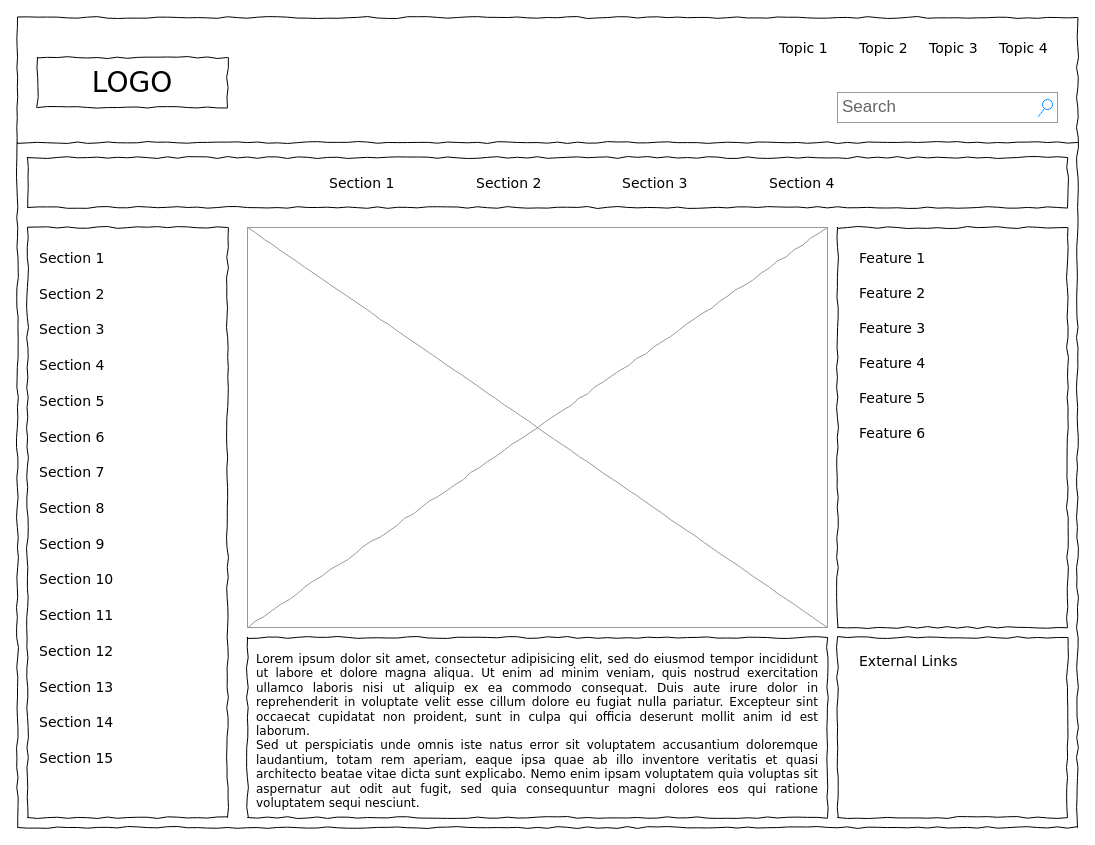
Before: Untitled Diagram.drawio in jonisrael/SavvyHomework, a draw.io diagram. Source tidied: cells renumbered, new cells numbered last; positions are measured from the earlier drawing's top-left corner, leaving out a move shared by most shapes. Both pictures are drawn from the tidied source at 100%, with x=0, y=0 at pixel (17, 17).
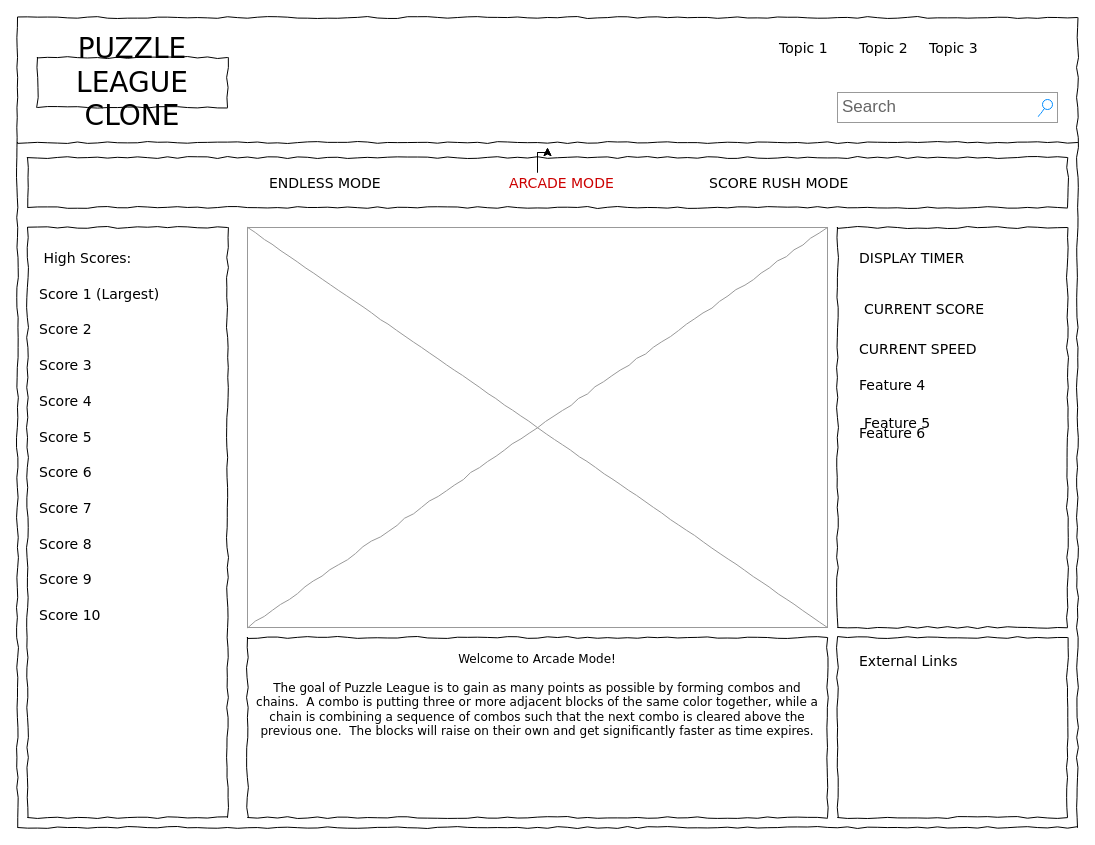
After the change.

Commit message:
Update JonPuzzleLeagueArcade Wireframe

The change refers to these unchanged cells:
```xml
<mxCell id="10" style="line;strokeWidth=1;html=1;rounded=0;shadow=0;labelBackgroundColor=none;fillColor=none;fontFamily=Verdana;fontSize=14;fontColor=#000000;align=center;comic=1;" parent="1" vertex="1">
  <mxGeometry y="120" width="1060" height="10" as="geometry" />
</mxCell>
```

Diff of the diagram source:
```diff
@@
-    <mxCell id="3" value="LOGO" style="whiteSpace=wrap;html=1;rounded=0;shadow=0;labelBackgroundColor=none;strokeWidth=1;fontFamily=Verdana;fontSize=28;align=center;comic=1;" parent="1" vertex="1">
+    <mxCell id="3" value="PUZZLE LEAGUE CLONE" style="whiteSpace=wrap;html=1;rounded=0;shadow=0;labelBackgroundColor=none;strokeWidth=1;fontFamily=Verdana;fontSize=28;align=center;comic=1;" parent="1" vertex="1">
       <mxGeometry x="20" y="40" width="190" height="50" as="geometry" />
     </mxCell>
@@
-    <mxCell id="8" value="Topic 4" style="text;html=1;align=left;verticalAlign=top;spacingTop=-4;fontSize=14;fontFamily=Verdana;" parent="1" vertex="1">
-      <mxGeometry x="980" y="20" width="60" height="20" as="geometry" />
-    </mxCell>
@@
-    <mxCell id="12" value="Section 1" style="text;html=1;align=left;verticalAlign=top;spacingTop=-4;fontSize=14;fontFamily=Verdana;" parent="1" vertex="1">
-      <mxGeometry x="310" y="155" width="60" height="20" as="geometry" />
+    <mxCell id="12" value="ENDLESS MODE" style="text;html=1;align=left;verticalAlign=top;spacingTop=-4;fontSize=14;fontFamily=Verdana;" parent="1" vertex="1">
+      <mxGeometry x="250" y="155" width="60" height="20" as="geometry" />
     </mxCell>
+    <mxCell id="42" style="edgeStyle=orthogonalEdgeStyle;rounded=0;jettySize=auto;html=1;" parent="1" edge="1" source="13" target="10">
+      <mxGeometry relative="1" as="geometry" />
+    </mxCell>
+    <mxCell id="43" style="edgeStyle=orthogonalEdgeStyle;rounded=0;jettySize=auto;html=1;" parent="1" edge="1" source="13" target="10">
+      <mxGeometry relative="1" as="geometry" />
+    </mxCell>
-    <mxCell id="13" value="Section 2" style="text;html=1;points=[];align=left;verticalAlign=top;spacingTop=-4;fontSize=14;fontFamily=Verdana;" parent="1" vertex="1">
-      <mxGeometry x="457" y="155" width="60" height="20" as="geometry" />
+    <mxCell id="13" value="ARCADE MODE" style="text;html=1;points=[];align=left;verticalAlign=top;spacingTop=-4;fontSize=14;fontFamily=Verdana;fontColor=#CC0000;" parent="1" vertex="1">
+      <mxGeometry x="490" y="155" width="60" height="20" as="geometry" />
     </mxCell>
-    <mxCell id="14" value="Section 3" style="text;html=1;align=left;verticalAlign=top;spacingTop=-4;fontSize=14;fontFamily=Verdana;" parent="1" vertex="1">
-      <mxGeometry x="603" y="155" width="60" height="20" as="geometry" />
+    <mxCell id="14" value="SCORE RUSH MODE" style="text;html=1;align=left;verticalAlign=top;spacingTop=-4;fontSize=14;fontFamily=Verdana;" parent="1" vertex="1">
+      <mxGeometry x="690" y="155" width="60" height="20" as="geometry" />
     </mxCell>
-    <mxCell id="15" value="Section 4" style="text;html=1;align=left;verticalAlign=top;spacingTop=-4;fontSize=14;fontFamily=Verdana;" parent="1" vertex="1">
-      <mxGeometry x="750" y="155" width="60" height="20" as="geometry" />
-    </mxCell>
-    <mxCell id="16" value="&lt;div style=&quot;text-align: justify&quot;&gt;&lt;span&gt;Lorem ipsum dolor sit amet, consectetur adipisicing elit, sed do eiusmod tempor incididunt ut labore et dolore magna aliqua. Ut enim ad minim veniam, quis nostrud exercitation ullamco laboris nisi ut aliquip ex ea commodo consequat. Duis aute irure dolor in reprehenderit in voluptate velit esse cillum dolore eu fugiat nulla pariatur. Excepteur sint occaecat cupidatat non proident, sunt in culpa qui officia deserunt mollit anim id est laborum.&lt;/span&gt;&lt;/div&gt;&lt;div style=&quot;text-align: justify&quot;&gt;&lt;span&gt;Sed ut perspiciatis unde omnis iste natus error sit voluptatem accusantium doloremque laudantium, totam rem aperiam, eaque ipsa quae ab illo inventore veritatis et quasi architecto beatae vitae dicta sunt explicabo. Nemo enim ipsam voluptatem quia voluptas sit aspernatur aut odit aut fugit, sed quia consequuntur magni dolores eos qui ratione voluptatem sequi nesciunt.&amp;nbsp;&lt;/span&gt;&lt;/div&gt;" style="whiteSpace=wrap;html=1;rounded=0;shadow=0;labelBackgroundColor=none;strokeWidth=1;fillColor=none;fontFamily=Verdana;fontSize=12;align=center;verticalAlign=top;spacing=10;comic=1;" parent="1" vertex="1">
+    <mxCell id="16" value="&lt;div&gt;Welcome to Arcade Mode!&lt;/div&gt;&lt;div&gt;&lt;br&gt;&lt;/div&gt;&lt;div&gt;The goal of Puzzle League is to gain as many points as possible by forming combos and chains.&amp;nbsp; A combo is putting three or more adjacent blocks of the same color together, while a chain is combining a sequence of combos such that the next combo is cleared above the previous one.&amp;nbsp; The blocks will raise on their own and get significantly faster as time expires.&lt;/div&gt;" style="whiteSpace=wrap;html=1;rounded=0;shadow=0;labelBackgroundColor=none;strokeWidth=1;fillColor=none;fontFamily=Verdana;fontSize=12;align=center;verticalAlign=top;spacing=10;comic=1;" parent="1" vertex="1">
       <mxGeometry x="230" y="620" width="580" height="180" as="geometry" />
     </mxCell>
@@
-    <mxCell id="20" value="Section 1" style="text;html=1;align=left;verticalAlign=top;spacingTop=-4;fontSize=14;fontFamily=Verdana;" parent="1" vertex="1">
+    <mxCell id="20" value="&amp;nbsp;High Scores:" style="text;html=1;align=left;verticalAlign=top;spacingTop=-4;fontSize=14;fontFamily=Verdana;" parent="1" vertex="1">
       <mxGeometry x="20" y="230" width="170" height="20" as="geometry" />
     </mxCell>
-    <mxCell id="21" value="Section 2" style="text;html=1;align=left;verticalAlign=top;spacingTop=-4;fontSize=14;fontFamily=Verdana;" parent="1" vertex="1">
+    <mxCell id="21" value="Score 1 (Largest)" style="text;html=1;align=left;verticalAlign=top;spacingTop=-4;fontSize=14;fontFamily=Verdana;" parent="1" vertex="1">
       <mxGeometry x="20" y="266" width="170" height="20" as="geometry" />
     </mxCell>
-    <mxCell id="22" value="Section 3" style="text;html=1;align=left;verticalAlign=top;spacingTop=-4;fontSize=14;fontFamily=Verdana;" parent="1" vertex="1">
+    <mxCell id="22" value="Score 2" style="text;html=1;align=left;verticalAlign=top;spacingTop=-4;fontSize=14;fontFamily=Verdana;" parent="1" vertex="1">
       <mxGeometry x="20" y="301" width="170" height="20" as="geometry" />
     </mxCell>
-    <mxCell id="23" value="Section 4" style="text;html=1;align=left;verticalAlign=top;spacingTop=-4;fontSize=14;fontFamily=Verdana;" parent="1" vertex="1">
+    <mxCell id="23" value="Score 3" style="text;html=1;align=left;verticalAlign=top;spacingTop=-4;fontSize=14;fontFamily=Verdana;" parent="1" vertex="1">
       <mxGeometry x="20" y="337" width="170" height="20" as="geometry" />
     </mxCell>
-    <mxCell id="24" value="Section 7" style="text;html=1;align=left;verticalAlign=top;spacingTop=-4;fontSize=14;fontFamily=Verdana;" parent="1" vertex="1">
+    <mxCell id="24" value="Score 6" style="text;html=1;align=left;verticalAlign=top;spacingTop=-4;fontSize=14;fontFamily=Verdana;" parent="1" vertex="1">
       <mxGeometry x="20" y="444" width="170" height="20" as="geometry" />
     </mxCell>
-    <mxCell id="25" value="Section 8" style="text;html=1;align=left;verticalAlign=top;spacingTop=-4;fontSize=14;fontFamily=Verdana;" parent="1" vertex="1">
+    <mxCell id="25" value="Score 7" style="text;html=1;align=left;verticalAlign=top;spacingTop=-4;fontSize=14;fontFamily=Verdana;" parent="1" vertex="1">
       <mxGeometry x="20" y="480" width="170" height="20" as="geometry" />
     </mxCell>
-    <mxCell id="26" value="Section 9" style="text;html=1;align=left;verticalAlign=top;spacingTop=-4;fontSize=14;fontFamily=Verdana;" parent="1" vertex="1">
+    <mxCell id="26" value="Score 8" style="text;html=1;align=left;verticalAlign=top;spacingTop=-4;fontSize=14;fontFamily=Verdana;" parent="1" vertex="1">
       <mxGeometry x="20" y="516" width="170" height="20" as="geometry" />
     </mxCell>
-    <mxCell id="27" value="Section 10" style="text;html=1;align=left;verticalAlign=top;spacingTop=-4;fontSize=14;fontFamily=Verdana;" parent="1" vertex="1">
+    <mxCell id="27" value="Score 9" style="text;html=1;align=left;verticalAlign=top;spacingTop=-4;fontSize=14;fontFamily=Verdana;" parent="1" vertex="1">
       <mxGeometry x="20" y="551" width="170" height="20" as="geometry" />
     </mxCell>
-    <mxCell id="28" value="Section 11" style="text;html=1;align=left;verticalAlign=top;spacingTop=-4;fontSize=14;fontFamily=Verdana;" parent="1" vertex="1">
+    <mxCell id="28" value="Score 10" style="text;html=1;align=left;verticalAlign=top;spacingTop=-4;fontSize=14;fontFamily=Verdana;" parent="1" vertex="1">
       <mxGeometry x="20" y="587" width="170" height="20" as="geometry" />
     </mxCell>
-    <mxCell id="29" value="Section 12" style="text;html=1;align=left;verticalAlign=top;spacingTop=-4;fontSize=14;fontFamily=Verdana;" parent="1" vertex="1">
-      <mxGeometry x="20" y="623" width="170" height="20" as="geometry" />
-    </mxCell>
-    <mxCell id="30" value="Section 13" style="text;html=1;align=left;verticalAlign=top;spacingTop=-4;fontSize=14;fontFamily=Verdana;" parent="1" vertex="1">
-      <mxGeometry x="20" y="659" width="170" height="20" as="geometry" />
-    </mxCell>
-    <mxCell id="31" value="Section 14" style="text;html=1;align=left;verticalAlign=top;spacingTop=-4;fontSize=14;fontFamily=Verdana;" parent="1" vertex="1">
-      <mxGeometry x="20" y="694" width="170" height="20" as="geometry" />
-    </mxCell>
-    <mxCell id="32" value="Section 5" style="text;html=1;align=left;verticalAlign=top;spacingTop=-4;fontSize=14;fontFamily=Verdana;" parent="1" vertex="1">
+    <mxCell id="32" value="Score 4" style="text;html=1;align=left;verticalAlign=top;spacingTop=-4;fontSize=14;fontFamily=Verdana;" parent="1" vertex="1">
       <mxGeometry x="20" y="373" width="170" height="20" as="geometry" />
     </mxCell>
-    <mxCell id="33" value="Section 6" style="text;html=1;align=left;verticalAlign=top;spacingTop=-4;fontSize=14;fontFamily=Verdana;" parent="1" vertex="1">
+    <mxCell id="33" value="Score 5" style="text;html=1;align=left;verticalAlign=top;spacingTop=-4;fontSize=14;fontFamily=Verdana;" parent="1" vertex="1">
       <mxGeometry x="20" y="409" width="170" height="20" as="geometry" />
     </mxCell>
-    <mxCell id="34" value="Section 15" style="text;html=1;align=left;verticalAlign=top;spacingTop=-4;fontSize=14;fontFamily=Verdana;" parent="1" vertex="1">
-      <mxGeometry x="20" y="730" width="170" height="20" as="geometry" />
-    </mxCell>
@@
-    <mxCell id="36" value="Feature 1" style="text;html=1;align=left;verticalAlign=top;spacingTop=-4;fontSize=14;fontFamily=Verdana;" parent="1" vertex="1">
+    <mxCell id="36" value="DISPLAY TIMER" style="text;html=1;align=left;verticalAlign=top;spacingTop=-4;fontSize=14;fontFamily=Verdana;" parent="1" vertex="1">
       <mxGeometry x="840" y="230" width="170" height="20" as="geometry" />
     </mxCell>
-    <mxCell id="37" value="Feature 2" style="text;html=1;align=left;verticalAlign=top;spacingTop=-4;fontSize=14;fontFamily=Verdana;" parent="1" vertex="1">
-      <mxGeometry x="840" y="265" width="170" height="20" as="geometry" />
+    <mxCell id="37" value="CURRENT SCORE" style="text;html=1;align=left;verticalAlign=top;spacingTop=-4;fontSize=14;fontFamily=Verdana;" parent="1" vertex="1">
+      <mxGeometry x="845" y="281" width="170" height="20" as="geometry" />
     </mxCell>
-    <mxCell id="38" value="Feature 3" style="text;html=1;align=left;verticalAlign=top;spacingTop=-4;fontSize=14;fontFamily=Verdana;" parent="1" vertex="1">
-      <mxGeometry x="840" y="300" width="170" height="20" as="geometry" />
+    <mxCell id="38" value="CURRENT SPEED" style="text;html=1;align=left;verticalAlign=top;spacingTop=-4;fontSize=14;fontFamily=Verdana;" parent="1" vertex="1">
+      <mxGeometry x="840" y="321" width="170" height="20" as="geometry" />
     </mxCell>
     <mxCell id="39" value="Feature 4" style="text;html=1;align=left;verticalAlign=top;spacingTop=-4;fontSize=14;fontFamily=Verdana;" parent="1" vertex="1">
-      <mxGeometry x="840" y="335" width="170" height="20" as="geometry" />
+      <mxGeometry x="840" y="357" width="170" height="20" as="geometry" />
     </mxCell>
     <mxCell id="40" value="Feature 5" style="text;html=1;align=left;verticalAlign=top;spacingTop=-4;fontSize=14;fontFamily=Verdana;" parent="1" vertex="1">
-      <mxGeometry x="840" y="370" width="170" height="20" as="geometry" />
+      <mxGeometry x="845" y="395" width="170" height="20" as="geometry" />
     </mxCell>
```
